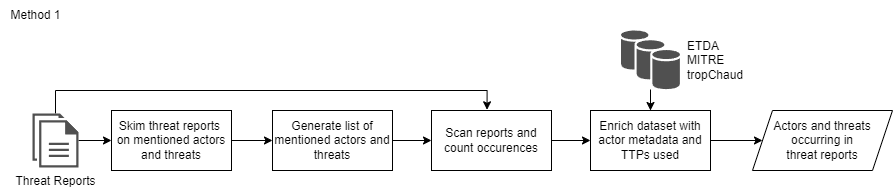
The draw.io diagram docs/images/Method1.png in AbeWinters/Threat-Profiles-for-Control-Prioritization, before a commit. Source tidied: cells renumbered, new cells last; positions are measured from the earlier drawing's top-left corner, leaving out a move shared by most shapes. Source of this version:
```xml
<mxGraphModel>
  <root>
    <mxCell id="0" />
    <mxCell id="1" parent="0" />
    <mxCell id="2" style="edgeStyle=orthogonalEdgeStyle;rounded=0;jettySize=auto;html=1;" parent="1" edge="1" source="4" target="6">
      <mxGeometry relative="1" as="geometry" />
    </mxCell>
    <mxCell id="3" style="edgeStyle=orthogonalEdgeStyle;rounded=0;jettySize=auto;html=1;entryX=0.463;entryY=-0.012;entryDx=0;entryDy=0;entryPerimeter=0;" parent="1" edge="1" source="4" target="12">
      <mxGeometry relative="1" as="geometry">
        <Array as="points">
          <mxPoint x="55" y="90" />
          <mxPoint x="487" y="90" />
        </Array>
      </mxGeometry>
    </mxCell>
    <mxCell id="4" value="Threat Reports" style="sketch=0;shadow=0;dashed=0;html=1;strokeColor=none;fillColor=#505050;labelPosition=center;verticalLabelPosition=bottom;verticalAlign=top;outlineConnect=0;align=center;shape=mxgraph.office.concepts.documents;" parent="1" vertex="1">
      <mxGeometry x="32" y="113" width="46" height="54" as="geometry" />
    </mxCell>
    <mxCell id="5" style="edgeStyle=orthogonalEdgeStyle;rounded=0;jettySize=auto;html=1;" parent="1" edge="1" source="6" target="10">
      <mxGeometry relative="1" as="geometry" />
    </mxCell>
    <mxCell id="6" value="Skim threat reports&amp;nbsp;&lt;br&gt;on mentioned actors and threats" style="rounded=0;whiteSpace=wrap;html=1;" parent="1" vertex="1">
      <mxGeometry x="111" y="110" width="120" height="60" as="geometry" />
    </mxCell>
    <mxCell id="7" style="edgeStyle=orthogonalEdgeStyle;rounded=0;jettySize=auto;html=1;" parent="1" edge="1" source="8" target="14">
      <mxGeometry relative="1" as="geometry" />
    </mxCell>
    <mxCell id="8" value="ETDA&lt;br&gt;MITRE&lt;br&gt;tropChaud" style="sketch=0;shadow=0;dashed=0;html=1;strokeColor=none;fillColor=#505050;labelPosition=right;verticalLabelPosition=middle;verticalAlign=middle;outlineConnect=0;align=left;shape=mxgraph.office.databases.database_availability_group;spacingLeft=5;" parent="1" vertex="1">
      <mxGeometry x="620.5" y="30" width="59" height="59" as="geometry" />
    </mxCell>
    <mxCell id="9" style="edgeStyle=orthogonalEdgeStyle;rounded=0;jettySize=auto;html=1;entryX=0;entryY=0.5;entryDx=0;entryDy=0;" parent="1" edge="1" source="10" target="12">
      <mxGeometry relative="1" as="geometry" />
    </mxCell>
    <mxCell id="10" value="Generate list of mentioned actors and threats" style="rounded=0;whiteSpace=wrap;html=1;" parent="1" vertex="1">
      <mxGeometry x="272" y="110" width="120" height="60" as="geometry" />
    </mxCell>
    <mxCell id="11" style="edgeStyle=orthogonalEdgeStyle;rounded=0;jettySize=auto;html=1;entryX=0;entryY=0.5;entryDx=0;entryDy=0;" parent="1" edge="1" source="12" target="14">
      <mxGeometry relative="1" as="geometry" />
    </mxCell>
    <mxCell id="12" value="Scan reports and count occurences" style="rounded=0;whiteSpace=wrap;html=1;" parent="1" vertex="1">
      <mxGeometry x="431" y="110" width="120" height="60" as="geometry" />
    </mxCell>
    <mxCell id="13" style="edgeStyle=orthogonalEdgeStyle;rounded=0;jettySize=auto;html=1;entryX=0;entryY=0.5;entryDx=0;entryDy=0;" parent="1" edge="1" source="14" target="15">
      <mxGeometry relative="1" as="geometry" />
    </mxCell>
    <mxCell id="14" value="Enrich dataset with &lt;br&gt;actor metadata and TTPs used" style="rounded=0;whiteSpace=wrap;html=1;" parent="1" vertex="1">
      <mxGeometry x="590" y="110" width="120" height="60" as="geometry" />
    </mxCell>
    <mxCell id="15" value="Actors and threats occurring in &lt;br&gt;threat reports" style="shape=parallelogram;perimeter=parallelogramPerimeter;whiteSpace=wrap;html=1;fixedSize=1;" parent="1" vertex="1">
      <mxGeometry x="752" y="110" width="140" height="60" as="geometry" />
    </mxCell>
    <mxCell id="16" value="Method 1" style="text;html=1;align=center;verticalAlign=middle;strokeColor=none;fillColor=none;" parent="1" vertex="1">
      <mxGeometry width="70" height="30" as="geometry" />
    </mxCell>
  </root>
</mxGraphModel>
```
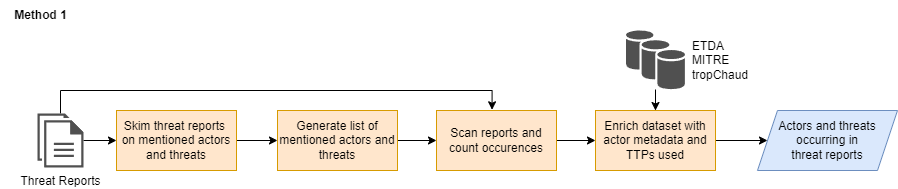
After the commit.

Commit message:
Add 2nd method, determining actors by operations. Include ttp subset experiments

The edit, as a diff of the source:
```diff
@@ -19,7 +19,7 @@
     <mxCell id="5" style="edgeStyle=orthogonalEdgeStyle;rounded=0;jettySize=auto;html=1;" parent="1" edge="1" source="6" target="10">
       <mxGeometry relative="1" as="geometry" />
     </mxCell>
-    <mxCell id="6" value="Skim threat reports&amp;nbsp;&lt;br&gt;on mentioned actors and threats" style="rounded=0;whiteSpace=wrap;html=1;" parent="1" vertex="1">
+    <mxCell id="6" value="Skim threat reports&amp;nbsp;&lt;br&gt;on mentioned actors and threats" style="rounded=0;whiteSpace=wrap;html=1;fillColor=#ffe6cc;strokeColor=#d79b00;" parent="1" vertex="1">
       <mxGeometry x="111" y="110" width="120" height="60" as="geometry" />
     </mxCell>
     <mxCell id="7" style="edgeStyle=orthogonalEdgeStyle;rounded=0;jettySize=auto;html=1;" parent="1" edge="1" source="8" target="14">
@@ -31,26 +31,26 @@
     <mxCell id="9" style="edgeStyle=orthogonalEdgeStyle;rounded=0;jettySize=auto;html=1;entryX=0;entryY=0.5;entryDx=0;entryDy=0;" parent="1" edge="1" source="10" target="12">
       <mxGeometry relative="1" as="geometry" />
     </mxCell>
-    <mxCell id="10" value="Generate list of mentioned actors and threats" style="rounded=0;whiteSpace=wrap;html=1;" parent="1" vertex="1">
+    <mxCell id="10" value="Generate list of mentioned actors and threats" style="rounded=0;whiteSpace=wrap;html=1;fillColor=#ffe6cc;strokeColor=#d79b00;" parent="1" vertex="1">
       <mxGeometry x="272" y="110" width="120" height="60" as="geometry" />
     </mxCell>
     <mxCell id="11" style="edgeStyle=orthogonalEdgeStyle;rounded=0;jettySize=auto;html=1;entryX=0;entryY=0.5;entryDx=0;entryDy=0;" parent="1" edge="1" source="12" target="14">
       <mxGeometry relative="1" as="geometry" />
     </mxCell>
-    <mxCell id="12" value="Scan reports and count occurences" style="rounded=0;whiteSpace=wrap;html=1;" parent="1" vertex="1">
+    <mxCell id="12" value="Scan reports and count occurences" style="rounded=0;whiteSpace=wrap;html=1;fillColor=#ffe6cc;strokeColor=#d79b00;" parent="1" vertex="1">
       <mxGeometry x="431" y="110" width="120" height="60" as="geometry" />
     </mxCell>
     <mxCell id="13" style="edgeStyle=orthogonalEdgeStyle;rounded=0;jettySize=auto;html=1;entryX=0;entryY=0.5;entryDx=0;entryDy=0;" parent="1" edge="1" source="14" target="15">
       <mxGeometry relative="1" as="geometry" />
     </mxCell>
-    <mxCell id="14" value="Enrich dataset with &lt;br&gt;actor metadata and TTPs used" style="rounded=0;whiteSpace=wrap;html=1;" parent="1" vertex="1">
+    <mxCell id="14" value="Enrich dataset with &lt;br&gt;actor metadata and TTPs used" style="rounded=0;whiteSpace=wrap;html=1;fillColor=#ffe6cc;strokeColor=#d79b00;" parent="1" vertex="1">
       <mxGeometry x="590" y="110" width="120" height="60" as="geometry" />
     </mxCell>
-    <mxCell id="15" value="Actors and threats occurring in &lt;br&gt;threat reports" style="shape=parallelogram;perimeter=parallelogramPerimeter;whiteSpace=wrap;html=1;fixedSize=1;" parent="1" vertex="1">
+    <mxCell id="15" value="Actors and threats occurring in &lt;br&gt;threat reports" style="shape=parallelogram;perimeter=parallelogramPerimeter;whiteSpace=wrap;html=1;fixedSize=1;fillColor=#dae8fc;strokeColor=#6c8ebf;" parent="1" vertex="1">
       <mxGeometry x="752" y="110" width="140" height="60" as="geometry" />
     </mxCell>
-    <mxCell id="16" value="Method 1" style="text;html=1;align=center;verticalAlign=middle;strokeColor=none;fillColor=none;" parent="1" vertex="1">
-      <mxGeometry width="70" height="30" as="geometry" />
+    <mxCell id="16" value="Method 1" style="text;html=1;align=center;verticalAlign=middle;strokeColor=none;fillColor=none;fontStyle=1;" parent="1" vertex="1">
+      <mxGeometry x="-5" width="80" height="30" as="geometry" />
     </mxCell>
   </root>
 </mxGraphModel>
```
